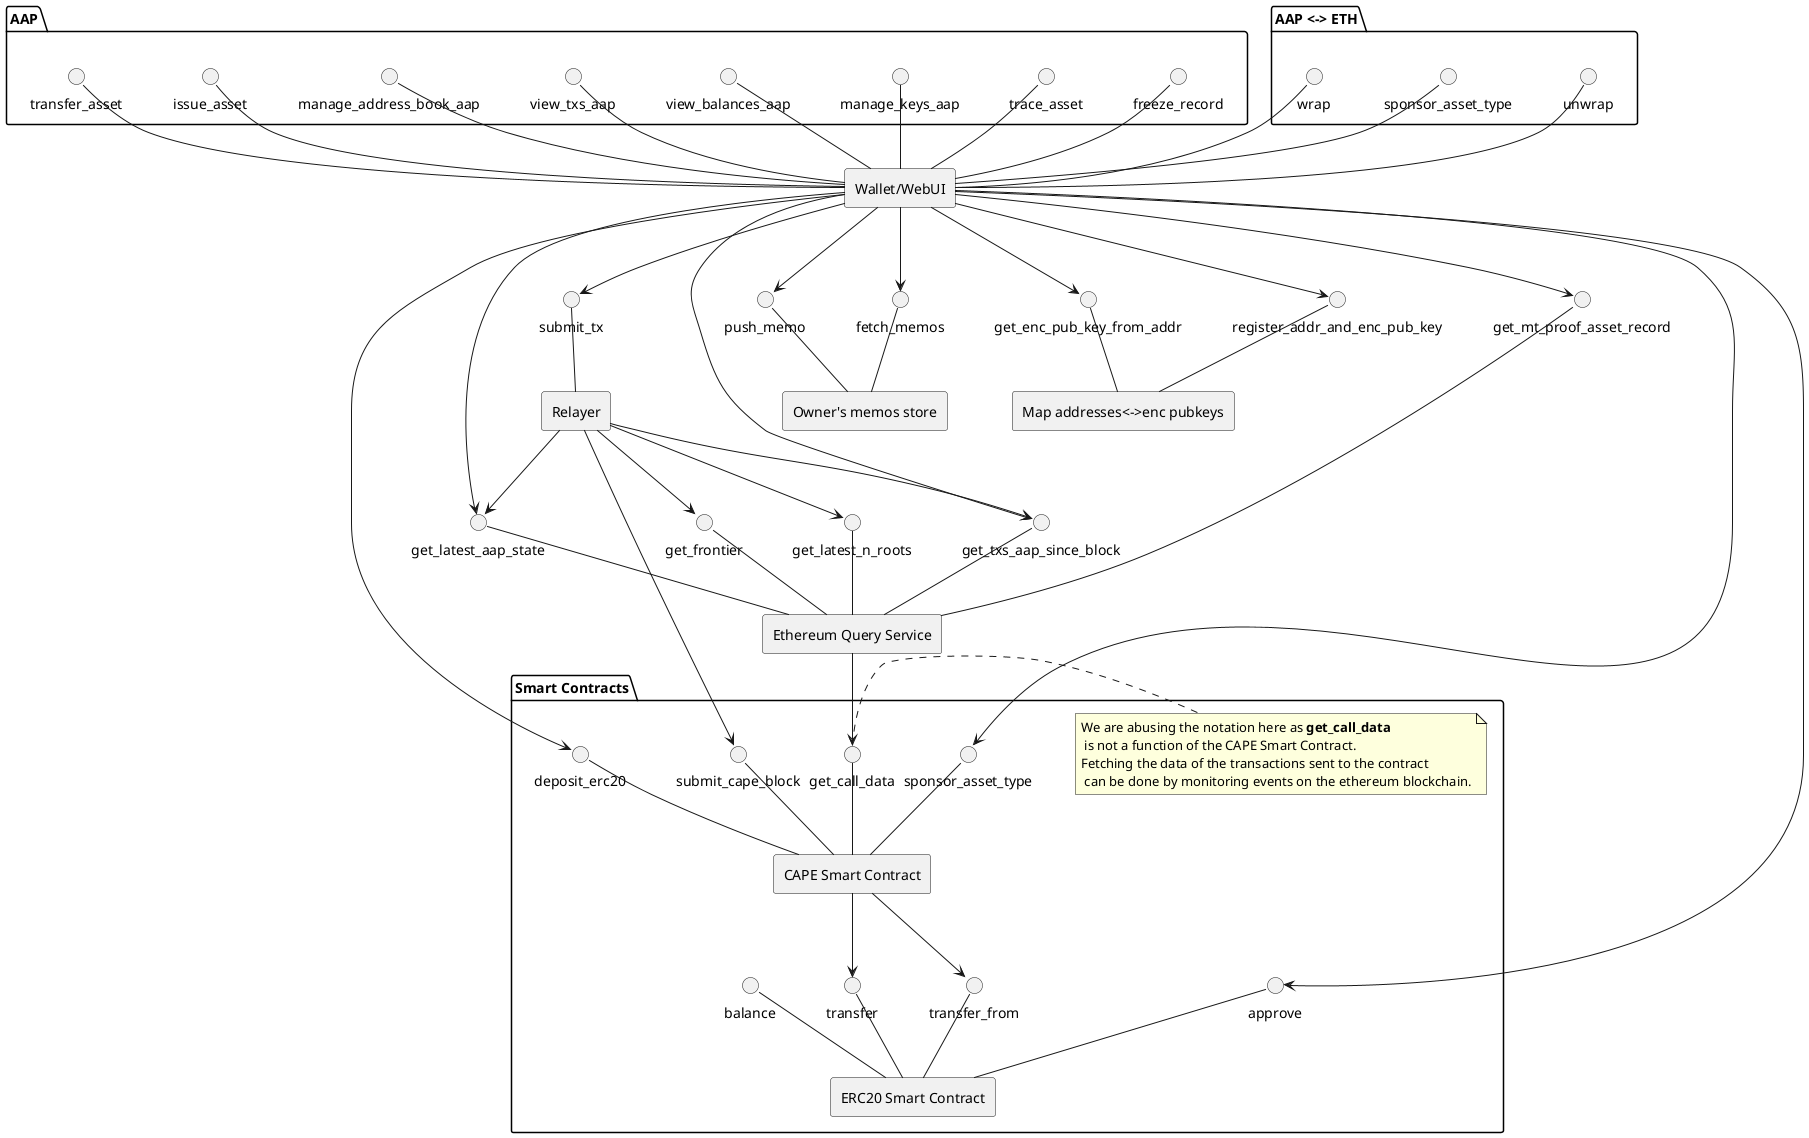
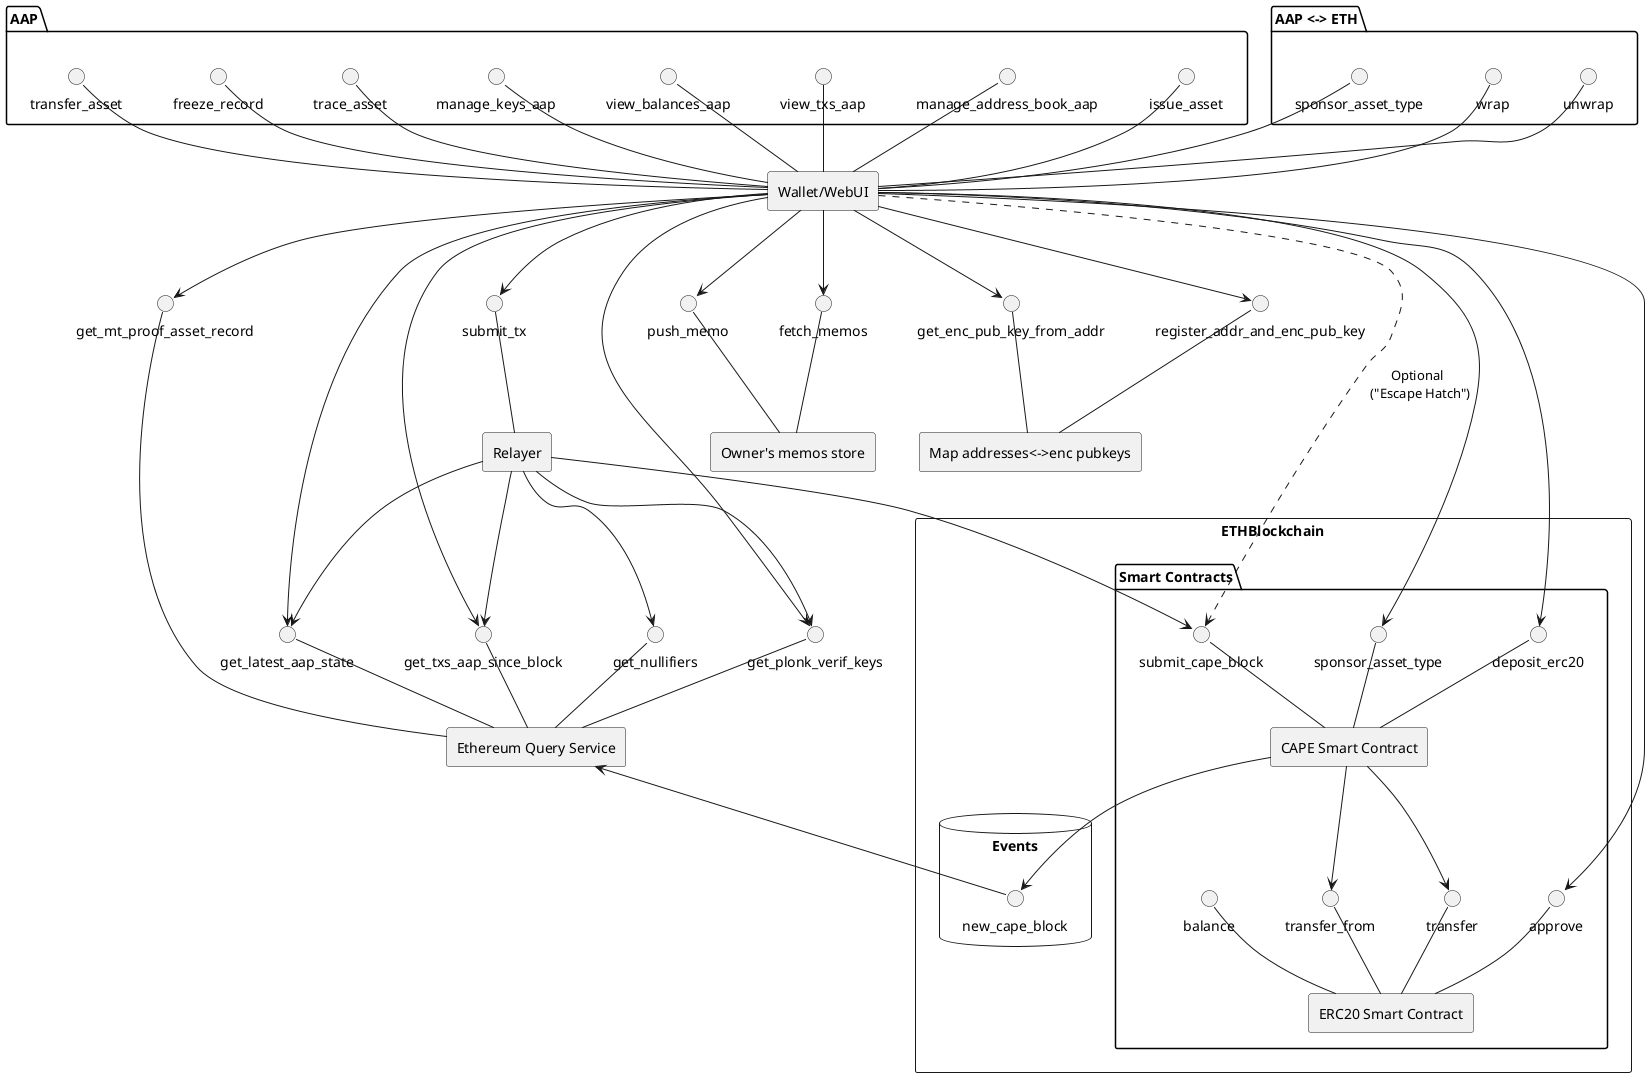
@startuml
skinparam componentStyle rectangle

component "Wallet/WebUI" as UI


package "AAP" {
    issue_asset -down- UI
    transfer_asset -down- UI
    freeze_record -down- UI
    trace_asset -down- UI
    manage_keys_aap -down- UI
    view_balances_aap -down- UI
    view_txs_aap -down- UI
    manage_address_book_aap -down- UI
}
package "AAP <-> ETH" {
    sponsor_asset_type -down- UI
    wrap -down- UI
    unwrap -down- UI
}


[Relayer]
interface submit_tx
submit_tx -down- Relayer

- [Ethereum Query Service] as QS
+ [Ethereum Query Service] as EQS
interface get_mt_proof_asset_record
- interface get_frontier
interface get_txs_aap_since_block
interface get_latest_aap_state
- get_txs_aap_since_block -down- QS
- get_frontier -down- QS
- get_mt_proof_asset_record -down- QS
- get_latest_n_roots -down- QS
- get_latest_aap_state -down- QS
+ interface get_plonk_verif_keys
+ interface get_nullifiers
+ get_nullifiers -down- EQS
+ get_plonk_verif_keys -down- EQS
+ get_txs_aap_since_block -down- EQS
+ get_mt_proof_asset_record -down- EQS
+ get_latest_aap_state -down- EQS

' [Ethereum Access Provider] as EAP

[Owner's memos store] as OMS
interface fetch_memos
interface push_memo
fetch_memos -down- OMS
push_memo -down- OMS


[Map addresses<->enc pubkeys] as MAPADDRENC
interface register_addr_and_enc_pub_key
interface get_enc_pub_key_from_addr
register_addr_and_enc_pub_key -down- MAPADDRENC
get_enc_pub_key_from_addr -down- MAPADDRENC

- Package "Smart Contracts" {

-     [CAPE Smart Contract] as CAPESC
-     interface submit_cape_block
-     interface "sponsor_asset_type" as sponsor_asset_type_cape
-     interface get_call_data
-     note right: We are abusing the notation here as <b>get_call_data</b> \n is not a function of the CAPE Smart Contract. \nFetching the data of the transactions sent to the contract \n can be done by monitoring events on the ethereum blockchain.
-     interface deposit_erc20
-     submit_cape_block -down- CAPESC
-     sponsor_asset_type_cape -down- CAPESC
-     get_call_data -down- CAPESC
-     deposit_erc20 -down- CAPESC
+ component ETHBlockchain {

-     [ERC20 Smart Contract] as ERC20
-     interface approve
-     interface transfer_from
-     interface transfer
-     interface balance
+     Package "Smart Contracts" {

-     approve -down- ERC20
-     transfer -down- ERC20
-     balance -down- ERC20
-     transfer_from -down- ERC20
+         [CAPE Smart Contract] as CAPESC
+         interface submit_cape_block
+         interface "sponsor_asset_type" as sponsor_asset_type_cape
+         interface deposit_erc20
+         submit_cape_block -down- CAPESC
+         sponsor_asset_type_cape -down- CAPESC
+         deposit_erc20 -down- CAPESC
+ 
+         [ERC20 Smart Contract] as ERC20
+         interface approve
+         interface transfer_from
+         interface transfer
+         interface balance
+ 
+         approve -down- ERC20
+         transfer -down- ERC20
+         balance -down- ERC20
+         transfer_from -down- ERC20
+ 
+     }
+ 
+     database Events {
+         interface new_cape_block
+     }

}

Relayer -down-> submit_cape_block
Relayer -down-> get_txs_aap_since_block
- Relayer -down-> get_latest_n_roots
- Relayer -down-> get_frontier
Relayer -down-> get_latest_aap_state
+ Relayer -down-> get_nullifiers
+ Relayer -down-> get_plonk_verif_keys

CAPESC -down-> transfer_from
CAPESC -down-> transfer
+ CAPESC -down-> new_cape_block

UI -down-> fetch_memos
UI -down-> submit_tx
UI -down-> sponsor_asset_type_cape
UI -down-> push_memo
UI -down-> deposit_erc20
UI -down-> approve
UI -down-> get_mt_proof_asset_record
UI -down-> get_txs_aap_since_block
UI -down-> register_addr_and_enc_pub_key
UI -down-> get_enc_pub_key_from_addr
UI -down-> get_latest_aap_state
- QS -down-> get_call_data
+ UI -down-> get_plonk_verif_keys
+ UI -down..-> submit_cape_block: Optional \n ("Escape Hatch")
+ 
+ new_cape_block -up-> EQS

@enduml
